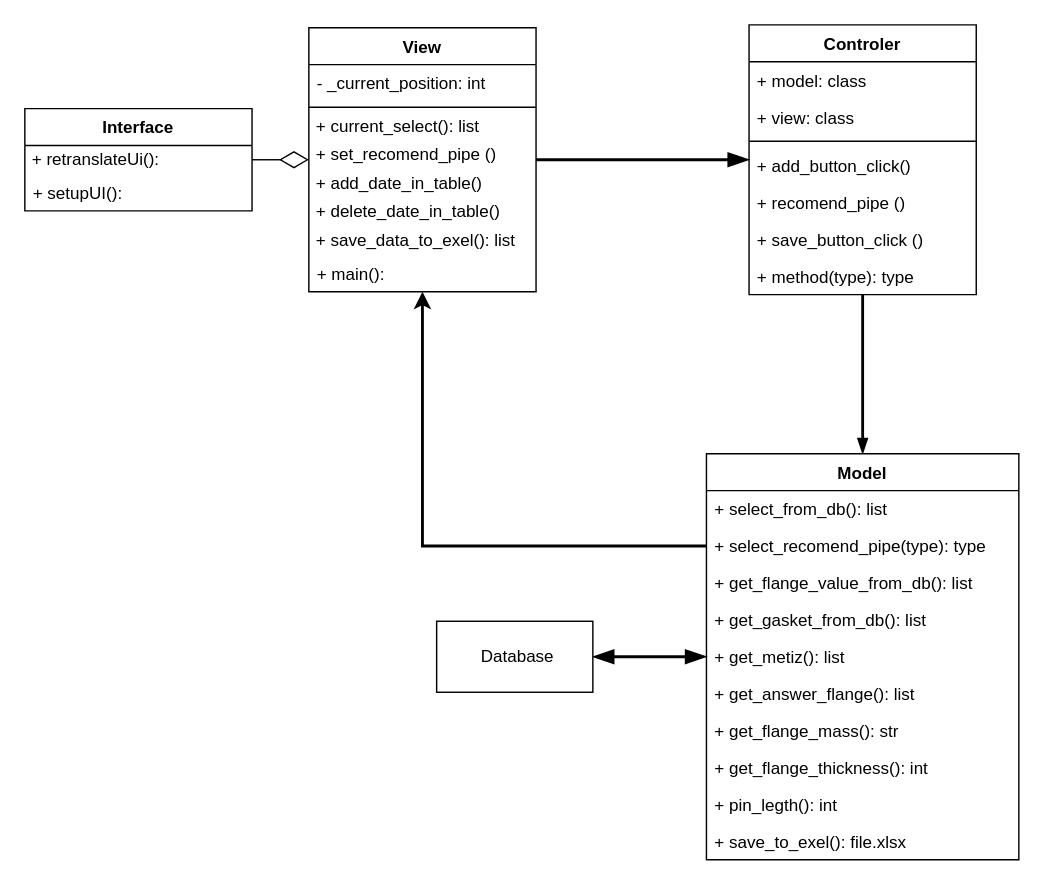
Atomini/ASF keeps this draw.io diagram as diagram.drawio. Above is the earlier version. Source tidied: cells renumbered, new cells numbered last; positions are measured from the earlier drawing's top-left corner, leaving out a move shared by most shapes. Both pictures are drawn from the tidied source at 142%, with x=0, y=0 at pixel (24, 24).
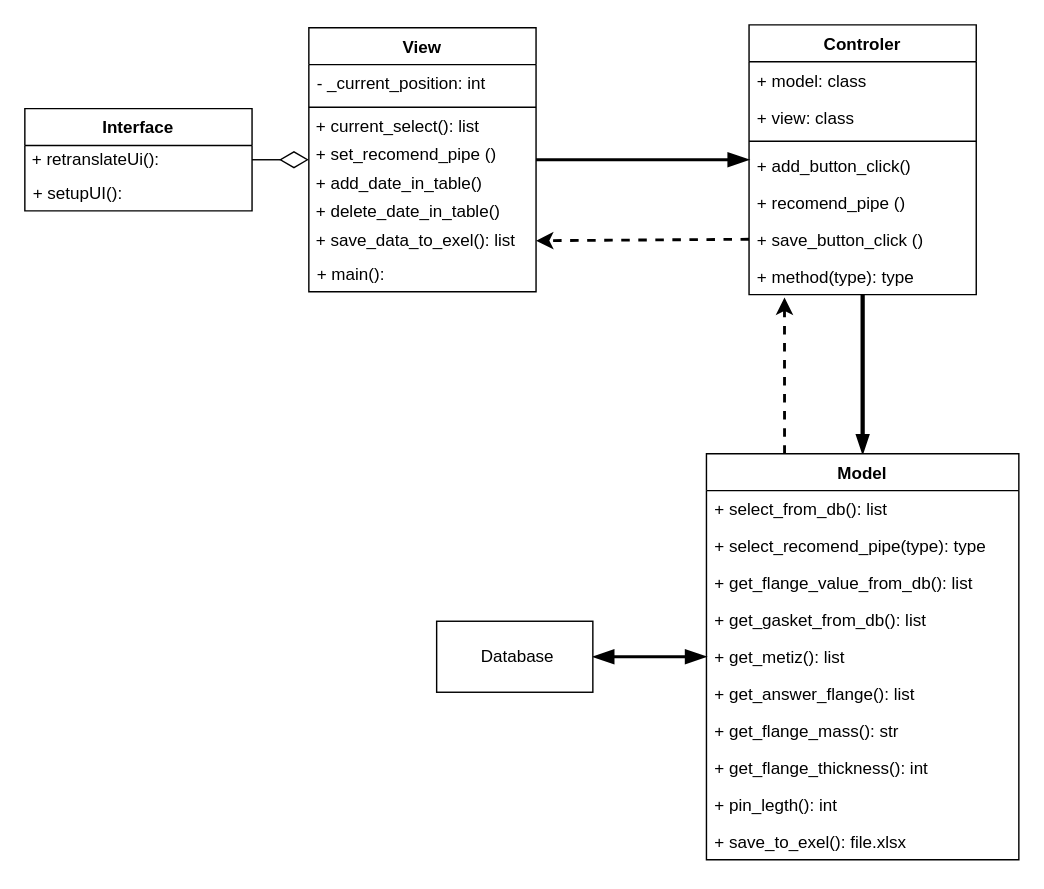
After the change.

Unchanged cells that the change refers to:
```xml
<mxCell id="3" value="View" style="swimlane;fontStyle=1;align=center;verticalAlign=top;horizontal=1;startSize=26;" parent="1" vertex="1">
  <mxGeometry x="200" y="2" width="160" height="186" as="geometry" />
</mxCell>
<mxCell id="10" value="&amp;nbsp;+ save_data_to_exel(): list" style="text;html=1;strokeColor=none;fillColor=none;align=left;verticalAlign=middle;whiteSpace=wrap;rounded=0;" parent="3" vertex="1">
  <mxGeometry y="140" width="160" height="20" as="geometry" />
</mxCell>
<mxCell id="17" value="Controler" style="swimlane;fontStyle=1;align=center;verticalAlign=top;horizontal=1;startSize=26;" parent="1" vertex="1">
  <mxGeometry x="510" width="160" height="190" as="geometry" />
</mxCell>
<mxCell id="23" value="+ save_button_click ()" style="text;strokeColor=none;fillColor=none;align=left;verticalAlign=top;spacingLeft=4;spacingRight=4;overflow=hidden;points=[[0,0.5],[1,0.5]];portConstraint=eastwest;" parent="17" vertex="1">
  <mxGeometry y="138" width="160" height="26" as="geometry" />
</mxCell>
<mxCell id="24" value="+ method(type): type" style="text;strokeColor=none;fillColor=none;align=left;verticalAlign=top;spacingLeft=4;spacingRight=4;overflow=hidden;points=[[0,0.5],[1,0.5]];portConstraint=eastwest;" parent="17" vertex="1">
  <mxGeometry y="164" width="160" height="26" as="geometry" />
</mxCell>
<mxCell id="25" value="Model" style="swimlane;fontStyle=1;align=center;verticalAlign=top;horizontal=1;startSize=26;" parent="1" vertex="1">
  <mxGeometry x="480" y="302" width="220" height="286" as="geometry" />
</mxCell>
<mxCell id="27" value="+ select_recomend_pipe(type): type" style="text;strokeColor=none;fillColor=none;align=left;verticalAlign=top;spacingLeft=4;spacingRight=4;overflow=hidden;points=[[0,0.5],[1,0.5]];portConstraint=eastwest;" parent="25" vertex="1">
  <mxGeometry y="52" width="220" height="26" as="geometry" />
</mxCell>
```

The edit, as a diff of the source:
```diff
@@
-    <mxCell id="16" style="rounded=0;jettySize=auto;html=1;startArrow=none;startFill=0;endArrow=blockThin;endFill=1;sourcePerimeterSpacing=0;targetPerimeterSpacing=0;strokeWidth=2;edgeStyle=orthogonalEdgeStyle;" parent="1" edge="1" source="17" target="25">
+    <mxCell id="16" style="rounded=0;jettySize=auto;html=1;startArrow=none;startFill=0;endArrow=blockThin;endFill=1;sourcePerimeterSpacing=0;targetPerimeterSpacing=0;strokeWidth=3;edgeStyle=orthogonalEdgeStyle;" parent="1" edge="1" source="17" target="25">
       <mxGeometry relative="1" as="geometry" />
     </mxCell>
@@
+    <mxCell id="39" style="edgeStyle=none;rounded=0;jettySize=auto;html=1;exitX=0.25;exitY=0;exitDx=0;exitDy=0;entryX=0.156;entryY=1.077;entryDx=0;entryDy=0;entryPerimeter=0;dashed=1;strokeWidth=2;" parent="1" edge="1" source="25" target="24">
+      <mxGeometry relative="1" as="geometry" />
+    </mxCell>
@@
-    <mxCell id="38" style="edgeStyle=orthogonalEdgeStyle;rounded=0;jettySize=auto;html=1;exitX=0;exitY=0.5;exitDx=0;exitDy=0;startArrow=none;startFill=0;strokeWidth=2;" parent="1" edge="1" source="27" target="3">
-      <mxGeometry relative="1" as="geometry" />
-    </mxCell>
+    <mxCell id="40" style="edgeStyle=none;rounded=0;jettySize=auto;html=1;exitX=0;exitY=0.5;exitDx=0;exitDy=0;entryX=1;entryY=0.5;entryDx=0;entryDy=0;dashed=1;strokeWidth=2;" parent="1" edge="1" source="23" target="10">
+      <mxGeometry relative="1" as="geometry" />
+    </mxCell>
```
